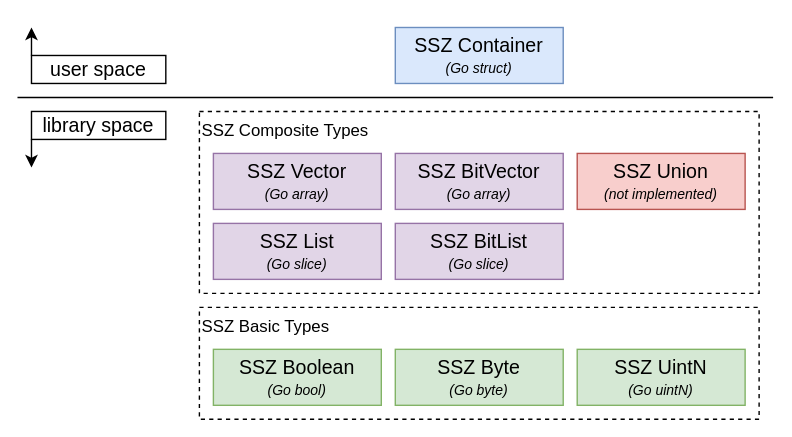
Above: docs/scope.svg in rstkey/ssz (draw.io), before the change. Source tidied: cells renumbered, new cells last; positions are measured from the earlier drawing's top-left corner, leaving out a move shared by most shapes.
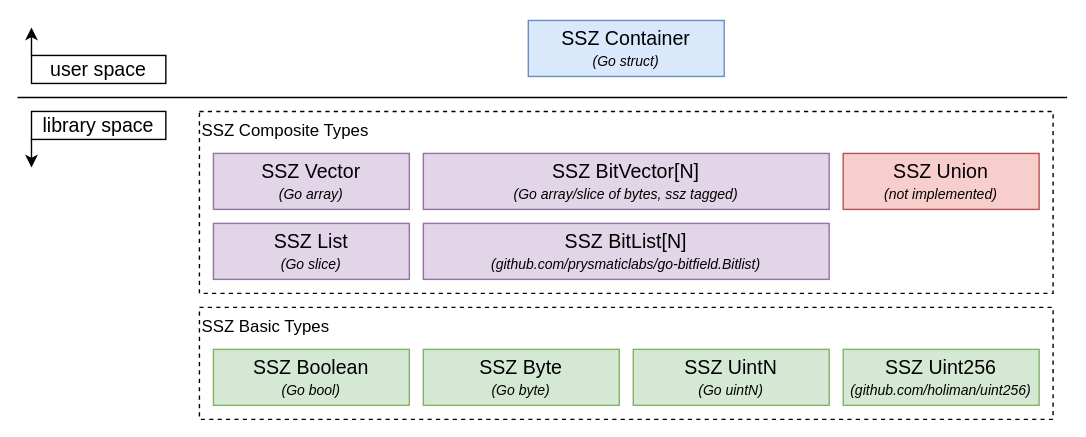
Later version of the same file.

What changed in the source:
```diff
@@ -3,15 +3,15 @@
     <mxCell id="0" />
     <mxCell id="1" parent="0" />
     <mxCell id="2" value="SSZ Basic Types" style="rounded=0;whiteSpace=wrap;html=1;align=left;verticalAlign=top;dashed=1;glass=0;shadow=0;" parent="1" vertex="1">
-      <mxGeometry x="130" y="200" width="400" height="80" as="geometry" />
+      <mxGeometry x="130" y="200" width="610" height="80" as="geometry" />
     </mxCell>
     <mxCell id="3" value="SSZ Composite Types" style="rounded=0;whiteSpace=wrap;html=1;align=left;verticalAlign=top;dashed=1;glass=0;shadow=0;" parent="1" vertex="1">
-      <mxGeometry x="130" y="60" width="400" height="130" as="geometry" />
+      <mxGeometry x="130" y="60" width="610" height="130" as="geometry" />
     </mxCell>
     <mxCell id="4" style="endArrow=none;html=1;rounded=0;" parent="1" edge="1">
       <mxGeometry relative="1" as="geometry">
         <mxPoint y="50" as="sourcePoint" />
-        <mxPoint x="540" y="50" as="targetPoint" />
+        <mxPoint x="750" y="50" as="targetPoint" />
       </mxGeometry>
     </mxCell>
     <mxCell id="5" value="&lt;font style=&quot;font-size: 14px;&quot;&gt;user space&lt;/font&gt;" style="rounded=0;whiteSpace=wrap;html=1;" parent="1" vertex="1">
@@ -31,31 +31,34 @@
       </mxGeometry>
     </mxCell>
     <mxCell id="9" value="&lt;font style=&quot;font-size: 14px;&quot;&gt;SSZ Container&lt;/font&gt;&lt;div&gt;&lt;font size=&quot;1&quot; style=&quot;&quot;&gt;&lt;i style=&quot;&quot;&gt;(Go struct)&lt;/i&gt;&lt;/font&gt;&lt;/div&gt;" style="rounded=0;whiteSpace=wrap;html=1;fillColor=#dae8fc;strokeColor=#6c8ebf;" parent="1" vertex="1">
-      <mxGeometry x="270" width="120" height="40" as="geometry" />
+      <mxGeometry x="365" y="-5" width="140" height="40" as="geometry" />
     </mxCell>
     <mxCell id="10" value="&lt;span style=&quot;font-size: 14px;&quot;&gt;SSZ Vector&lt;/span&gt;&lt;div&gt;&lt;font style=&quot;font-size: 10px;&quot;&gt;&lt;i&gt;(Go array)&lt;/i&gt;&lt;/font&gt;&lt;/div&gt;" style="rounded=0;whiteSpace=wrap;html=1;fillColor=#e1d5e7;strokeColor=#9673a6;" parent="1" vertex="1">
-      <mxGeometry x="140" y="90" width="120" height="40" as="geometry" />
+      <mxGeometry x="140" y="90" width="140" height="40" as="geometry" />
     </mxCell>
     <mxCell id="11" value="&lt;span style=&quot;font-size: 14px;&quot;&gt;SSZ List&lt;/span&gt;&lt;div&gt;&lt;font style=&quot;font-size: 10px;&quot;&gt;&lt;i&gt;(Go slice)&lt;/i&gt;&lt;/font&gt;&lt;/div&gt;" style="rounded=0;whiteSpace=wrap;html=1;fillColor=#e1d5e7;strokeColor=#9673a6;" parent="1" vertex="1">
-      <mxGeometry x="140" y="140" width="120" height="40" as="geometry" />
+      <mxGeometry x="140" y="140" width="140" height="40" as="geometry" />
     </mxCell>
-    <mxCell id="12" value="&lt;span style=&quot;font-size: 14px;&quot;&gt;SSZ Bit&lt;/span&gt;&lt;span style=&quot;font-size: 14px; background-color: initial;&quot;&gt;Vector&lt;/span&gt;&lt;div&gt;&lt;div&gt;&lt;font style=&quot;font-size: 10px;&quot;&gt;&lt;i&gt;(Go array)&lt;/i&gt;&lt;/font&gt;&lt;/div&gt;&lt;/div&gt;" style="rounded=0;whiteSpace=wrap;html=1;fillColor=#e1d5e7;strokeColor=#9673a6;" parent="1" vertex="1">
-      <mxGeometry x="270" y="90" width="120" height="40" as="geometry" />
+    <mxCell id="12" value="&lt;span style=&quot;font-size: 14px;&quot;&gt;SSZ Bit&lt;/span&gt;&lt;span style=&quot;font-size: 14px; background-color: initial;&quot;&gt;Vector[N]&lt;/span&gt;&lt;div&gt;&lt;div&gt;&lt;font style=&quot;&quot;&gt;&lt;i style=&quot;&quot;&gt;&lt;span style=&quot;font-size: 10px;&quot;&gt;(Go array/slice of bytes, ssz tagged&lt;/span&gt;&lt;/i&gt;&lt;/font&gt;&lt;i style=&quot;background-color: initial;&quot;&gt;&lt;span style=&quot;font-size: 10px;&quot;&gt;)&lt;/span&gt;&lt;/i&gt;&lt;/div&gt;&lt;/div&gt;" style="rounded=0;whiteSpace=wrap;html=1;fillColor=#e1d5e7;strokeColor=#9673a6;" parent="1" vertex="1">
+      <mxGeometry x="290" y="90" width="290" height="40" as="geometry" />
     </mxCell>
-    <mxCell id="13" value="&lt;span style=&quot;font-size: 14px;&quot;&gt;SSZ BitList&lt;/span&gt;&lt;div&gt;&lt;font style=&quot;font-size: 10px;&quot;&gt;&lt;i&gt;(Go slice)&lt;/i&gt;&lt;/font&gt;&lt;/div&gt;" style="rounded=0;whiteSpace=wrap;html=1;fillColor=#e1d5e7;strokeColor=#9673a6;" parent="1" vertex="1">
-      <mxGeometry x="270" y="140" width="120" height="40" as="geometry" />
+    <mxCell id="13" value="&lt;span style=&quot;font-size: 14px;&quot;&gt;SSZ BitList[N]&lt;/span&gt;&lt;div&gt;&lt;font style=&quot;font-size: 10px;&quot;&gt;&lt;i&gt;(&lt;/i&gt;&lt;i style=&quot;font-size: 12px;&quot;&gt;&lt;span style=&quot;font-size: 10px;&quot;&gt;github.com/prysmaticlabs/go-bitfield.Bitlist&lt;/span&gt;&lt;/i&gt;&lt;i&gt;)&lt;/i&gt;&lt;/font&gt;&lt;/div&gt;" style="rounded=0;whiteSpace=wrap;html=1;fillColor=#e1d5e7;strokeColor=#9673a6;" parent="1" vertex="1">
+      <mxGeometry x="290" y="140" width="290" height="40" as="geometry" />
     </mxCell>
     <mxCell id="14" value="&lt;span style=&quot;font-size: 14px;&quot;&gt;SSZ Union&lt;/span&gt;&lt;div&gt;&lt;div&gt;&lt;font style=&quot;font-size: 10px;&quot;&gt;&lt;i&gt;(not implemented)&lt;/i&gt;&lt;/font&gt;&lt;/div&gt;&lt;/div&gt;" style="rounded=0;whiteSpace=wrap;html=1;fillColor=#f8cecc;strokeColor=#b85450;" parent="1" vertex="1">
-      <mxGeometry x="400" y="90" width="120" height="40" as="geometry" />
+      <mxGeometry x="590" y="90" width="140" height="40" as="geometry" />
     </mxCell>
     <mxCell id="15" value="&lt;span style=&quot;font-size: 14px;&quot;&gt;SSZ Boolean&lt;/span&gt;&lt;br&gt;&lt;font style=&quot;font-size: 10px;&quot;&gt;&lt;i&gt;(Go bool)&lt;/i&gt;&lt;/font&gt;" style="rounded=0;whiteSpace=wrap;html=1;fillColor=#d5e8d4;strokeColor=#82b366;" parent="1" vertex="1">
-      <mxGeometry x="140" y="230" width="120" height="40" as="geometry" />
+      <mxGeometry x="140" y="230" width="140" height="40" as="geometry" />
     </mxCell>
     <mxCell id="16" value="&lt;span style=&quot;font-size: 14px;&quot;&gt;SSZ Byte&lt;/span&gt;&lt;br&gt;&lt;font style=&quot;font-size: 10px;&quot;&gt;&lt;i&gt;(Go byte)&lt;/i&gt;&lt;/font&gt;" style="rounded=0;whiteSpace=wrap;html=1;fillColor=#d5e8d4;strokeColor=#82b366;" parent="1" vertex="1">
-      <mxGeometry x="270" y="230" width="120" height="40" as="geometry" />
+      <mxGeometry x="290" y="230" width="140" height="40" as="geometry" />
     </mxCell>
     <mxCell id="17" value="&lt;span style=&quot;font-size: 14px;&quot;&gt;SSZ UintN&lt;/span&gt;&lt;br&gt;&lt;font style=&quot;font-size: 10px;&quot;&gt;&lt;i&gt;(Go uintN)&lt;/i&gt;&lt;/font&gt;" style="rounded=0;whiteSpace=wrap;html=1;fillColor=#d5e8d4;strokeColor=#82b366;" parent="1" vertex="1">
-      <mxGeometry x="400" y="230" width="120" height="40" as="geometry" />
+      <mxGeometry x="440" y="230" width="140" height="40" as="geometry" />
     </mxCell>
+    <mxCell id="18" value="&lt;span style=&quot;font-size: 14px;&quot;&gt;SSZ Uint256&lt;/span&gt;&lt;br&gt;&lt;font style=&quot;&quot;&gt;&lt;i style=&quot;&quot;&gt;&lt;span style=&quot;font-size: 10px;&quot;&gt;(&lt;/span&gt;&lt;/i&gt;&lt;/font&gt;&lt;i style=&quot;background-color: initial;&quot;&gt;&lt;span style=&quot;font-size: 10px;&quot;&gt;github.com/holiman/uint256)&lt;/span&gt;&lt;/i&gt;" style="rounded=0;whiteSpace=wrap;html=1;fillColor=#d5e8d4;strokeColor=#82b366;" parent="1" vertex="1">
+      <mxGeometry x="590" y="230" width="140" height="40" as="geometry" />
+    </mxCell>
   </root>
 </mxGraphModel>
```
